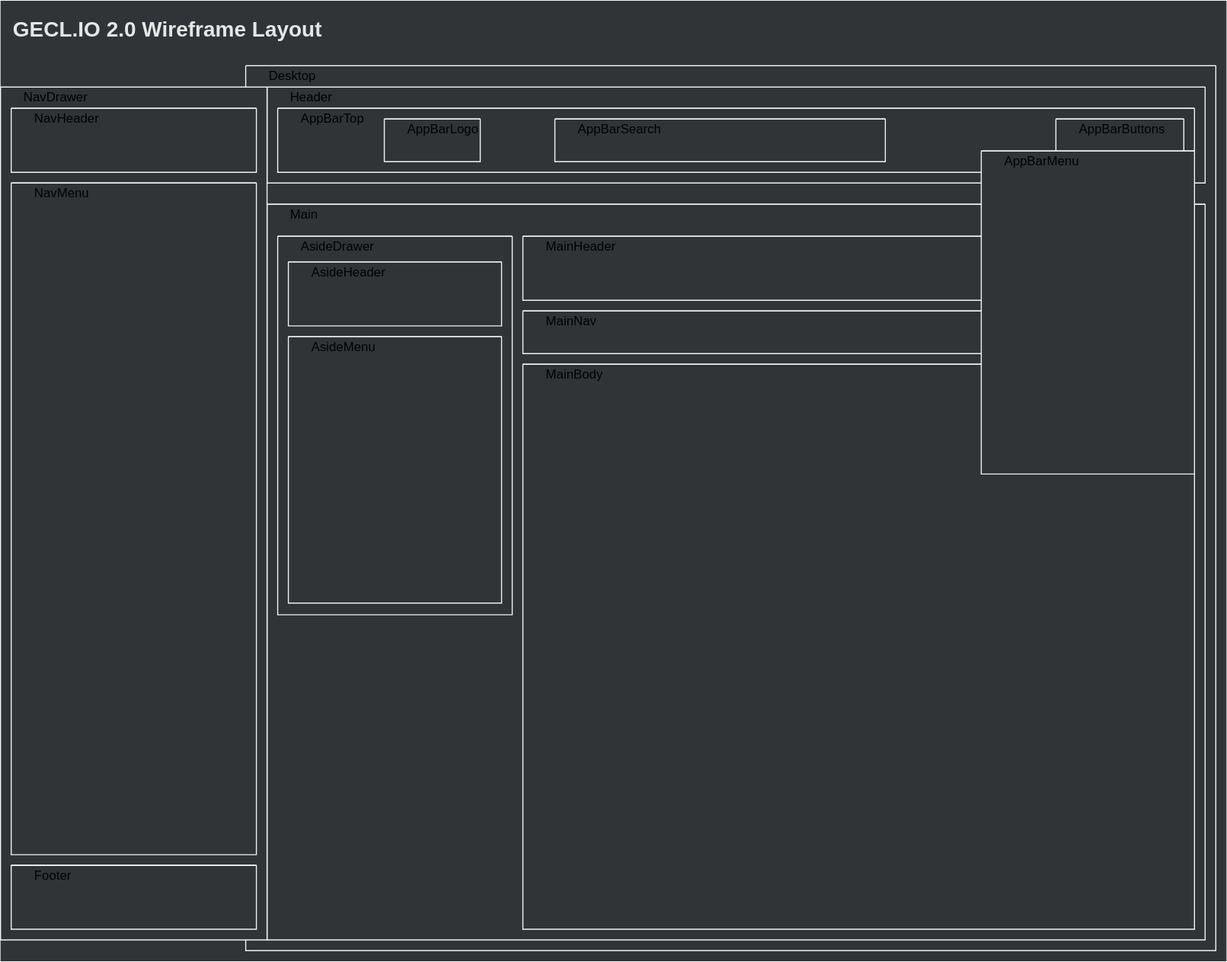
This is assets/.draw.io/documents/geclio2-wireframe-layout.svg from jiholee-ntwglobal/jiholee-ntwglobal.github.io, a draw.io export, as it was before one commit. Source tidied: cells renumbered, new cells last; positions are measured from the earlier drawing's top-left corner, leaving out a move shared by most shapes.
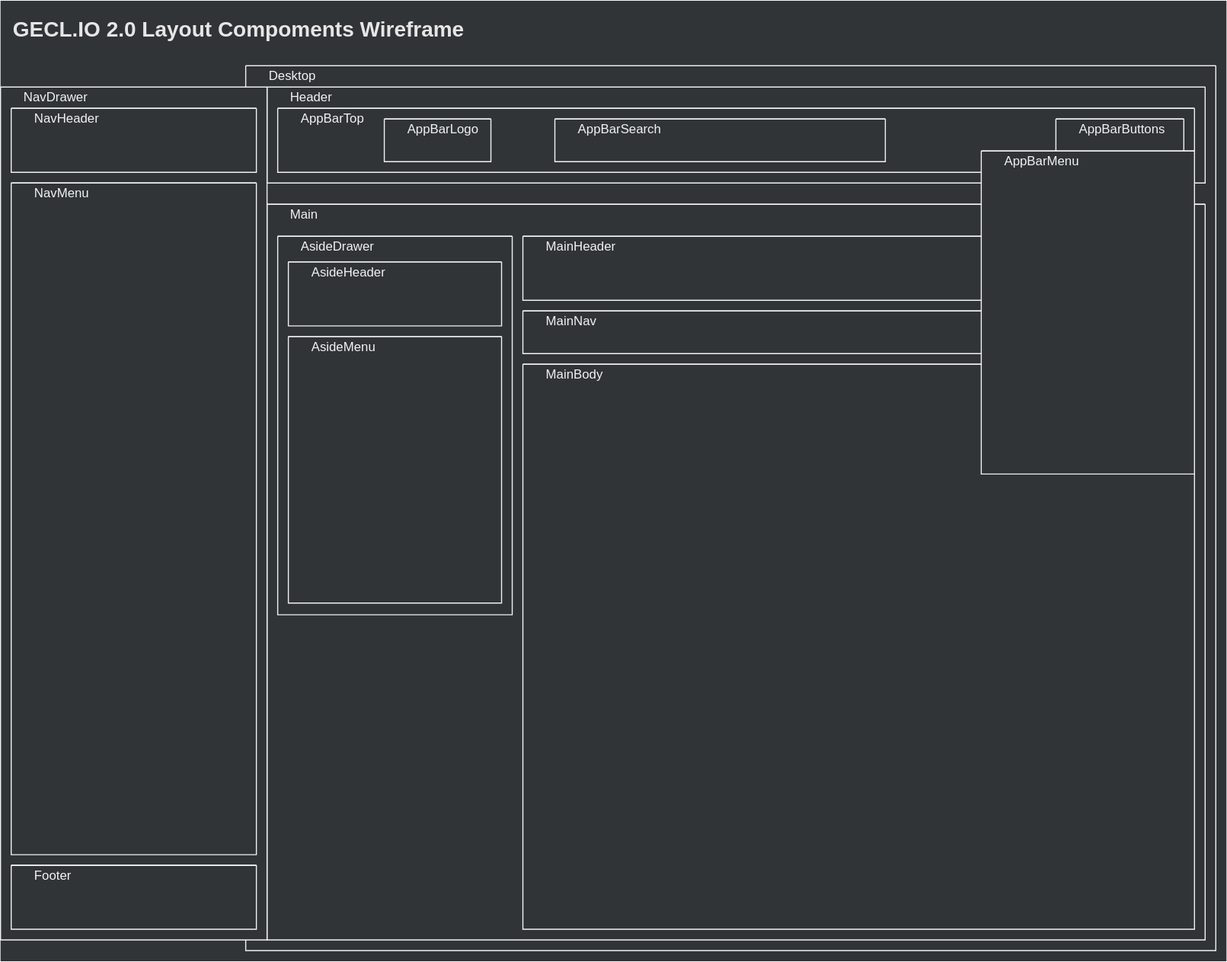
After the change.

The edit, as a diff of the source:
```diff
@@ -6,115 +6,115 @@
       <mxGeometry width="1150" height="901" as="geometry" />
     </mxCell>
     <mxCell id="3" value="Foreground" parent="0" />
-    <mxCell id="4" value="&lt;b&gt;GECL.IO 2.0 Wireframe Layout&lt;/b&gt;" style="text;html=1;strokeColor=none;fillColor=none;align=left;verticalAlign=middle;whiteSpace=wrap;rounded=0;fontSize=20;fontColor=#E6E6E6;" parent="3" vertex="1">
-      <mxGeometry x="10" y="11" width="420" height="30" as="geometry" />
+    <mxCell id="4" value="&lt;b&gt;GECL.IO 2.0 Layout Compoments&amp;nbsp;&lt;/b&gt;&lt;b&gt;Wireframe&amp;nbsp;&lt;/b&gt;" style="text;html=1;strokeColor=none;fillColor=none;align=left;verticalAlign=middle;whiteSpace=wrap;rounded=0;fontSize=20;fontColor=#E6E6E6;" parent="3" vertex="1">
+      <mxGeometry x="10" y="11" width="480" height="30" as="geometry" />
     </mxCell>
     <mxCell id="5" style="swimlane;startSize=0;fillColor=none;strokeColor=#F2F2F2;fontColor=#F2F2F2;" parent="3" vertex="1">
       <mxGeometry x="230" y="61" width="910" height="830" as="geometry" />
     </mxCell>
-    <mxCell id="6" value="&lt;span style=&quot;background-color: rgb(48 , 52 , 55)&quot;&gt;Desktop&lt;/span&gt;" style="text;html=1;strokeColor=none;fillColor=none;align=left;verticalAlign=middle;whiteSpace=wrap;rounded=0;spacingLeft=20;" parent="5" vertex="1">
-      <mxGeometry width="200" height="20" as="geometry" />
+    <mxCell id="6" value="&lt;span style=&quot;background-color: rgb(48 , 52 , 55)&quot;&gt;&lt;font color=&quot;#f2f2f2&quot;&gt;Desktop&lt;/font&gt;&lt;/span&gt;" style="text;html=1;strokeColor=none;fillColor=none;align=left;verticalAlign=middle;whiteSpace=wrap;rounded=0;spacingLeft=20;" parent="5" vertex="1">
+      <mxGeometry width="100" height="20" as="geometry" />
     </mxCell>
     <mxCell id="7" style="swimlane;startSize=0;fillColor=none;strokeColor=#F2F2F2;fontColor=#F2F2F2;" parent="5" vertex="1">
       <mxGeometry x="20" y="20" width="880" height="90" as="geometry" />
     </mxCell>
-    <mxCell id="8" value="&lt;span style=&quot;background-color: rgb(48 , 52 , 55)&quot;&gt;Header&lt;/span&gt;" style="text;html=1;strokeColor=none;fillColor=none;align=left;verticalAlign=middle;whiteSpace=wrap;rounded=0;spacingLeft=20;" parent="7" vertex="1">
-      <mxGeometry width="200" height="20" as="geometry" />
+    <mxCell id="8" value="&lt;span style=&quot;background-color: rgb(48 , 52 , 55)&quot;&gt;&lt;font color=&quot;#f2f2f2&quot;&gt;Header&lt;/font&gt;&lt;/span&gt;" style="text;html=1;strokeColor=none;fillColor=none;align=left;verticalAlign=middle;whiteSpace=wrap;rounded=0;spacingLeft=20;" parent="7" vertex="1">
+      <mxGeometry width="90" height="20" as="geometry" />
     </mxCell>
     <mxCell id="9" style="swimlane;startSize=0;fillColor=none;strokeColor=#F2F2F2;fontColor=#F2F2F2;" parent="7" vertex="1">
-      <mxGeometry x="110" y="30" width="90" height="40" as="geometry" />
+      <mxGeometry x="110" y="30" width="100" height="40" as="geometry" />
     </mxCell>
-    <mxCell id="10" value="&lt;span style=&quot;background-color: rgb(48 , 52 , 55)&quot;&gt;AppBarLogo&lt;/span&gt;" style="text;html=1;strokeColor=none;fillColor=none;align=left;verticalAlign=middle;whiteSpace=wrap;rounded=0;spacingLeft=20;" parent="9" vertex="1">
+    <mxCell id="10" value="&lt;span style=&quot;background-color: rgb(48 , 52 , 55)&quot;&gt;&lt;font color=&quot;#f2f2f2&quot;&gt;AppBarLogo&lt;/font&gt;&lt;/span&gt;" style="text;html=1;strokeColor=none;fillColor=none;align=left;verticalAlign=middle;whiteSpace=wrap;rounded=0;spacingLeft=20;" parent="9" vertex="1">
       <mxGeometry width="110" height="20" as="geometry" />
     </mxCell>
     <mxCell id="11" style="swimlane;startSize=0;fillColor=none;strokeColor=#F2F2F2;fontColor=#F2F2F2;" parent="5" vertex="1">
       <mxGeometry x="20" y="130" width="880" height="690" as="geometry" />
     </mxCell>
-    <mxCell id="12" value="&lt;span style=&quot;background-color: rgb(48 , 52 , 55)&quot;&gt;Main&lt;/span&gt;" style="text;html=1;strokeColor=none;fillColor=none;align=left;verticalAlign=middle;whiteSpace=wrap;rounded=0;spacingLeft=20;" parent="11" vertex="1">
+    <mxCell id="12" value="&lt;span style=&quot;background-color: rgb(48 , 52 , 55)&quot;&gt;&lt;font color=&quot;#f2f2f2&quot;&gt;Main&lt;/font&gt;&lt;/span&gt;" style="text;html=1;strokeColor=none;fillColor=none;align=left;verticalAlign=middle;whiteSpace=wrap;rounded=0;spacingLeft=20;" parent="11" vertex="1">
       <mxGeometry width="110" height="20" as="geometry" />
     </mxCell>
     <mxCell id="13" style="swimlane;startSize=0;fillColor=none;strokeColor=#F2F2F2;fontColor=#F2F2F2;" parent="11" vertex="1">
       <mxGeometry x="240" y="100" width="630" height="40" as="geometry" />
     </mxCell>
-    <mxCell id="14" value="&lt;span style=&quot;background-color: rgb(48 , 52 , 55)&quot;&gt;MainNav&lt;/span&gt;" style="text;html=1;strokeColor=none;fillColor=none;align=left;verticalAlign=middle;whiteSpace=wrap;rounded=0;spacingLeft=20;" parent="13" vertex="1">
+    <mxCell id="14" value="&lt;span style=&quot;background-color: rgb(48 , 52 , 55)&quot;&gt;&lt;font color=&quot;#f2f2f2&quot;&gt;MainNav&lt;/font&gt;&lt;/span&gt;" style="text;html=1;strokeColor=none;fillColor=none;align=left;verticalAlign=middle;whiteSpace=wrap;rounded=0;spacingLeft=20;" parent="13" vertex="1">
       <mxGeometry width="200" height="20" as="geometry" />
     </mxCell>
     <mxCell id="15" style="swimlane;startSize=0;fillColor=none;strokeColor=#F2F2F2;fontColor=#F2F2F2;" parent="3" vertex="1">
       <mxGeometry x="260" y="101" width="860" height="60" as="geometry" />
     </mxCell>
-    <mxCell id="16" value="&lt;span style=&quot;background-color: rgb(48 , 52 , 55)&quot;&gt;AppBarTop&lt;/span&gt;" style="text;html=1;strokeColor=none;fillColor=none;align=left;verticalAlign=middle;whiteSpace=wrap;rounded=0;spacingLeft=20;" parent="15" vertex="1">
-      <mxGeometry width="200" height="20" as="geometry" />
+    <mxCell id="16" value="&lt;span style=&quot;background-color: rgb(48 , 52 , 55)&quot;&gt;&lt;font color=&quot;#f2f2f2&quot;&gt;AppBarTop&lt;/font&gt;&lt;/span&gt;" style="text;html=1;strokeColor=none;fillColor=none;align=left;verticalAlign=middle;whiteSpace=wrap;rounded=0;spacingLeft=20;" parent="15" vertex="1">
+      <mxGeometry width="100" height="20" as="geometry" />
     </mxCell>
     <mxCell id="17" style="swimlane;startSize=0;strokeColor=#F2F2F2;fontColor=#F2F2F2;fillColor=none;swimlaneFillColor=#303437;" parent="3" vertex="1">
       <mxGeometry y="81" width="250" height="800" as="geometry" />
     </mxCell>
-    <mxCell id="18" value="&lt;span style=&quot;background-color: rgb(48 , 52 , 55)&quot;&gt;NavDrawer&lt;/span&gt;" style="text;html=1;strokeColor=none;fillColor=none;align=left;verticalAlign=middle;whiteSpace=wrap;rounded=0;spacingLeft=20;" parent="17" vertex="1">
+    <mxCell id="18" value="&lt;span style=&quot;background-color: rgb(48 , 52 , 55)&quot;&gt;&lt;font color=&quot;#f2f2f2&quot;&gt;NavDrawer&lt;/font&gt;&lt;/span&gt;" style="text;html=1;strokeColor=none;fillColor=none;align=left;verticalAlign=middle;whiteSpace=wrap;rounded=0;spacingLeft=20;" parent="17" vertex="1">
       <mxGeometry width="110" height="20" as="geometry" />
     </mxCell>
     <mxCell id="19" style="swimlane;startSize=0;fillColor=none;strokeColor=#F2F2F2;fontColor=#F2F2F2;" parent="17" vertex="1">
       <mxGeometry x="10" y="20" width="230" height="60" as="geometry" />
     </mxCell>
-    <mxCell id="20" value="&lt;span style=&quot;background-color: rgb(48 , 52 , 55)&quot;&gt;NavHeader&lt;/span&gt;" style="text;html=1;strokeColor=none;fillColor=none;align=left;verticalAlign=middle;whiteSpace=wrap;rounded=0;spacingLeft=20;" parent="19" vertex="1">
+    <mxCell id="20" value="&lt;span style=&quot;background-color: rgb(48 , 52 , 55)&quot;&gt;&lt;font color=&quot;#f2f2f2&quot;&gt;NavHeader&lt;/font&gt;&lt;/span&gt;" style="text;html=1;strokeColor=none;fillColor=none;align=left;verticalAlign=middle;whiteSpace=wrap;rounded=0;spacingLeft=20;" parent="19" vertex="1">
       <mxGeometry width="110" height="20" as="geometry" />
     </mxCell>
     <mxCell id="21" style="swimlane;startSize=0;fillColor=none;strokeColor=#F2F2F2;fontColor=#F2F2F2;" parent="17" vertex="1">
       <mxGeometry x="10" y="90" width="230" height="630" as="geometry" />
     </mxCell>
-    <mxCell id="22" value="&lt;span style=&quot;background-color: rgb(48 , 52 , 55)&quot;&gt;NavMenu&lt;/span&gt;" style="text;html=1;strokeColor=none;fillColor=none;align=left;verticalAlign=middle;whiteSpace=wrap;rounded=0;spacingLeft=20;" parent="21" vertex="1">
+    <mxCell id="22" value="&lt;span style=&quot;background-color: rgb(48 , 52 , 55)&quot;&gt;&lt;font color=&quot;#f2f2f2&quot;&gt;NavMenu&lt;/font&gt;&lt;/span&gt;" style="text;html=1;strokeColor=none;fillColor=none;align=left;verticalAlign=middle;whiteSpace=wrap;rounded=0;spacingLeft=20;" parent="21" vertex="1">
       <mxGeometry width="110" height="20" as="geometry" />
     </mxCell>
     <mxCell id="23" style="swimlane;startSize=0;fillColor=none;strokeColor=#F2F2F2;fontColor=#F2F2F2;" parent="17" vertex="1">
       <mxGeometry x="10" y="730" width="230" height="60" as="geometry" />
     </mxCell>
-    <mxCell id="24" value="&lt;span style=&quot;background-color: rgb(48 , 52 , 55)&quot;&gt;Footer&lt;/span&gt;" style="text;html=1;strokeColor=none;fillColor=none;align=left;verticalAlign=middle;whiteSpace=wrap;rounded=0;spacingLeft=20;" parent="23" vertex="1">
+    <mxCell id="24" value="&lt;span style=&quot;background-color: rgb(48 , 52 , 55)&quot;&gt;&lt;font color=&quot;#f2f2f2&quot;&gt;Footer&lt;/font&gt;&lt;/span&gt;" style="text;html=1;strokeColor=none;fillColor=none;align=left;verticalAlign=middle;whiteSpace=wrap;rounded=0;spacingLeft=20;" parent="23" vertex="1">
       <mxGeometry width="110" height="20" as="geometry" />
     </mxCell>
     <mxCell id="25" style="swimlane;startSize=0;fillColor=none;strokeColor=#F2F2F2;fontColor=#F2F2F2;" parent="3" vertex="1">
       <mxGeometry x="490" y="221" width="630" height="60" as="geometry" />
     </mxCell>
-    <mxCell id="26" value="&lt;span style=&quot;background-color: rgb(48 , 52 , 55)&quot;&gt;MainHeader&lt;/span&gt;" style="text;html=1;strokeColor=none;fillColor=none;align=left;verticalAlign=middle;whiteSpace=wrap;rounded=0;spacingLeft=20;" parent="25" vertex="1">
+    <mxCell id="26" value="&lt;span style=&quot;background-color: rgb(48 , 52 , 55)&quot;&gt;&lt;font color=&quot;#f2f2f2&quot;&gt;MainHeader&lt;/font&gt;&lt;/span&gt;" style="text;html=1;strokeColor=none;fillColor=none;align=left;verticalAlign=middle;whiteSpace=wrap;rounded=0;spacingLeft=20;" parent="25" vertex="1">
       <mxGeometry width="200" height="20" as="geometry" />
     </mxCell>
     <mxCell id="27" style="swimlane;startSize=0;fillColor=none;strokeColor=#F2F2F2;fontColor=#F2F2F2;" parent="3" vertex="1">
       <mxGeometry x="490" y="341" width="630" height="530" as="geometry" />
     </mxCell>
-    <mxCell id="28" value="&lt;span style=&quot;background-color: rgb(48 , 52 , 55)&quot;&gt;MainBody&lt;/span&gt;" style="text;html=1;strokeColor=none;fillColor=none;align=left;verticalAlign=middle;whiteSpace=wrap;rounded=0;spacingLeft=20;" parent="27" vertex="1">
+    <mxCell id="28" value="&lt;span style=&quot;background-color: rgb(48 , 52 , 55)&quot;&gt;&lt;font color=&quot;#f2f2f2&quot;&gt;MainBody&lt;/font&gt;&lt;/span&gt;" style="text;html=1;strokeColor=none;fillColor=none;align=left;verticalAlign=middle;whiteSpace=wrap;rounded=0;spacingLeft=20;" parent="27" vertex="1">
       <mxGeometry width="200" height="20" as="geometry" />
     </mxCell>
     <mxCell id="29" style="swimlane;startSize=0;fillColor=none;strokeColor=#F2F2F2;fontColor=#F2F2F2;" parent="3" vertex="1">
       <mxGeometry x="260" y="221" width="220" height="355" as="geometry" />
     </mxCell>
-    <mxCell id="30" value="&lt;span style=&quot;background-color: rgb(48 , 52 , 55)&quot;&gt;AsideDrawer&lt;/span&gt;" style="text;html=1;strokeColor=none;fillColor=none;align=left;verticalAlign=middle;whiteSpace=wrap;rounded=0;spacingLeft=20;" parent="29" vertex="1">
-      <mxGeometry width="200" height="20" as="geometry" />
+    <mxCell id="30" value="&lt;span style=&quot;background-color: rgb(48 , 52 , 55)&quot;&gt;&lt;font color=&quot;#f2f2f2&quot;&gt;AsideDrawer&lt;/font&gt;&lt;/span&gt;" style="text;html=1;strokeColor=none;fillColor=none;align=left;verticalAlign=middle;whiteSpace=wrap;rounded=0;spacingLeft=20;" parent="29" vertex="1">
+      <mxGeometry width="110" height="20" as="geometry" />
     </mxCell>
     <mxCell id="31" style="swimlane;startSize=0;fillColor=none;strokeColor=#F2F2F2;fontColor=#F2F2F2;" parent="3" vertex="1">
       <mxGeometry x="270" y="245" width="200" height="60" as="geometry" />
     </mxCell>
-    <mxCell id="32" value="&lt;span style=&quot;background-color: rgb(48 , 52 , 55)&quot;&gt;AsideHeader&lt;/span&gt;" style="text;html=1;strokeColor=none;fillColor=none;align=left;verticalAlign=middle;whiteSpace=wrap;rounded=0;spacingLeft=20;" parent="31" vertex="1">
+    <mxCell id="32" value="&lt;span style=&quot;background-color: rgb(48 , 52 , 55)&quot;&gt;&lt;font color=&quot;#f2f2f2&quot;&gt;AsideHeader&lt;/font&gt;&lt;/span&gt;" style="text;html=1;strokeColor=none;fillColor=none;align=left;verticalAlign=middle;whiteSpace=wrap;rounded=0;spacingLeft=20;" parent="31" vertex="1">
       <mxGeometry width="110" height="20" as="geometry" />
     </mxCell>
     <mxCell id="33" style="swimlane;startSize=0;fillColor=none;strokeColor=#F2F2F2;fontColor=#F2F2F2;" parent="3" vertex="1">
       <mxGeometry x="270" y="315" width="200" height="250" as="geometry" />
     </mxCell>
-    <mxCell id="34" value="&lt;span style=&quot;background-color: rgb(48 , 52 , 55)&quot;&gt;AsideMenu&lt;/span&gt;" style="text;html=1;strokeColor=none;fillColor=none;align=left;verticalAlign=middle;whiteSpace=wrap;rounded=0;spacingLeft=20;" parent="33" vertex="1">
+    <mxCell id="34" value="&lt;span style=&quot;background-color: rgb(48 , 52 , 55)&quot;&gt;&lt;font color=&quot;#f2f2f2&quot;&gt;AsideMenu&lt;/font&gt;&lt;/span&gt;" style="text;html=1;strokeColor=none;fillColor=none;align=left;verticalAlign=middle;whiteSpace=wrap;rounded=0;spacingLeft=20;" parent="33" vertex="1">
       <mxGeometry width="110" height="20" as="geometry" />
     </mxCell>
     <mxCell id="35" style="swimlane;startSize=0;fillColor=none;strokeColor=#F2F2F2;fontColor=#F2F2F2;" parent="3" vertex="1">
       <mxGeometry x="990" y="111" width="120" height="40" as="geometry" />
     </mxCell>
-    <mxCell id="36" value="&lt;span style=&quot;background-color: rgb(48 , 52 , 55)&quot;&gt;AppBarButtons&lt;/span&gt;" style="text;html=1;strokeColor=none;fillColor=none;align=left;verticalAlign=middle;whiteSpace=wrap;rounded=0;spacingLeft=20;" parent="35" vertex="1">
+    <mxCell id="36" value="&lt;font color=&quot;#f2f2f2&quot; style=&quot;background-color: rgb(48 , 52 , 55)&quot;&gt;AppBarButtons&lt;/font&gt;" style="text;html=1;strokeColor=none;fillColor=none;align=left;verticalAlign=middle;whiteSpace=wrap;rounded=0;spacingLeft=20;" parent="35" vertex="1">
       <mxGeometry width="110" height="20" as="geometry" />
     </mxCell>
     <mxCell id="37" style="swimlane;startSize=0;fillColor=none;strokeColor=#F2F2F2;fontColor=#F2F2F2;" parent="3" vertex="1">
       <mxGeometry x="520" y="111" width="310" height="40" as="geometry" />
     </mxCell>
-    <mxCell id="38" value="&lt;span style=&quot;background-color: rgb(48 , 52 , 55)&quot;&gt;AppBarSearch&lt;/span&gt;" style="text;html=1;strokeColor=none;fillColor=none;align=left;verticalAlign=middle;whiteSpace=wrap;rounded=0;spacingLeft=20;" parent="37" vertex="1">
+    <mxCell id="38" value="&lt;span style=&quot;background-color: rgb(48 , 52 , 55)&quot;&gt;&lt;font color=&quot;#f2f2f2&quot;&gt;AppBarSearch&lt;/font&gt;&lt;/span&gt;" style="text;html=1;strokeColor=none;fillColor=none;align=left;verticalAlign=middle;whiteSpace=wrap;rounded=0;spacingLeft=20;" parent="37" vertex="1">
       <mxGeometry width="110" height="20" as="geometry" />
     </mxCell>
     <mxCell id="39" style="swimlane;startSize=0;fillColor=none;strokeColor=#F2F2F2;fontColor=#F2F2F2;swimlaneFillColor=#303437;" parent="3" vertex="1">
       <mxGeometry x="920" y="141" width="200" height="303" as="geometry" />
     </mxCell>
-    <mxCell id="40" value="&lt;span style=&quot;background-color: rgb(48 , 52 , 55)&quot;&gt;AppBarMenu&lt;/span&gt;" style="text;html=1;strokeColor=none;fillColor=none;align=left;verticalAlign=middle;whiteSpace=wrap;rounded=0;spacingLeft=20;" parent="39" vertex="1">
+    <mxCell id="40" value="&lt;font color=&quot;#f2f2f2&quot; style=&quot;background-color: rgb(48 , 52 , 55)&quot;&gt;AppBarMenu&lt;/font&gt;" style="text;html=1;strokeColor=none;fillColor=none;align=left;verticalAlign=middle;whiteSpace=wrap;rounded=0;spacingLeft=20;" parent="39" vertex="1">
       <mxGeometry width="110" height="20" as="geometry" />
     </mxCell>
   </root>
```
